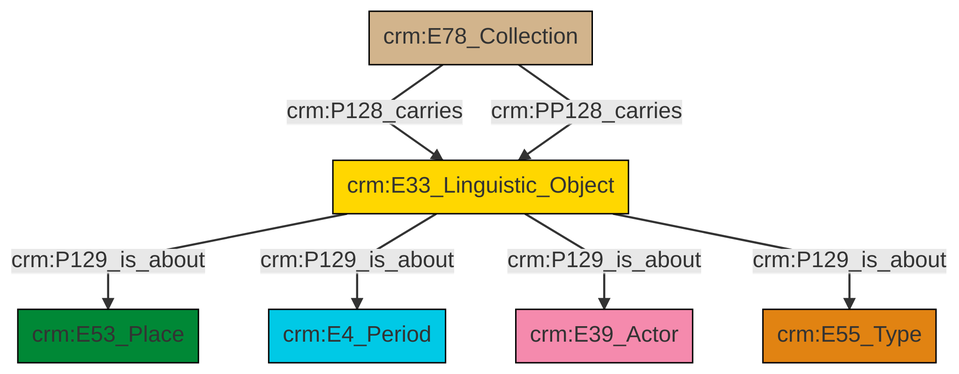
Before: et/archivalCSV/ttl/mmd/png/archival_aboutness.png, a diagram exported from Mermaid (swiss-art-research-net/docs.swissartresearch). Its source is kept beside it as et/archivalCSV/ttl/mmd/archival_aboutness.ttl.mmd.
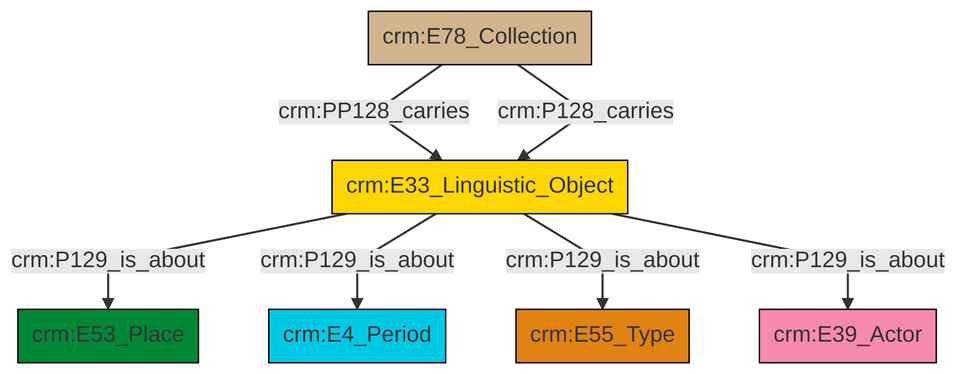
After the commit.

The edit, as a diff of the source:
```diff
@@ -13,9 +13,9 @@
 classDef PC_Classes fill:#4ce600, stroke:#000000;
 classDef Multi fill:#cccccc,stroke:#000000;
 
-4["crm:E33_Linguistic_Object"]:::Conceptual_Object -->|crm:P129_is_about| 0["crm:E53_Place"]:::Place
-4["crm:E33_Linguistic_Object"]:::Conceptual_Object -->|crm:P129_is_about| 8["crm:E4_Period"]:::Temporal_Entity
-9["crm:E78_Collection"]:::Physical_Thing -->|crm:P128_carries| 4["crm:E33_Linguistic_Object"]:::Conceptual_Object
-9["crm:E78_Collection"]:::Physical_Thing -->|crm:PP128_carries| 4["crm:E33_Linguistic_Object"]:::Conceptual_Object
-4["crm:E33_Linguistic_Object"]:::Conceptual_Object -->|crm:P129_is_about| 2["crm:E39_Actor"]:::Actor
-4["crm:E33_Linguistic_Object"]:::Conceptual_Object -->|crm:P129_is_about| 6["crm:E55_Type"]:::Type
+0["crm:E78_Collection"]:::Physical_Thing -->|crm:PP128_carries| 1["crm:E33_Linguistic_Object"]:::Conceptual_Object
+0["crm:E78_Collection"]:::Physical_Thing -->|crm:P128_carries| 1["crm:E33_Linguistic_Object"]:::Conceptual_Object
+1["crm:E33_Linguistic_Object"]:::Conceptual_Object -->|crm:P129_is_about| 2["crm:E53_Place"]:::Place
+1["crm:E33_Linguistic_Object"]:::Conceptual_Object -->|crm:P129_is_about| 6["crm:E4_Period"]:::Temporal_Entity
+1["crm:E33_Linguistic_Object"]:::Conceptual_Object -->|crm:P129_is_about| 4["crm:E55_Type"]:::Type
+1["crm:E33_Linguistic_Object"]:::Conceptual_Object -->|crm:P129_is_about| 9["crm:E39_Actor"]:::Actor
```
